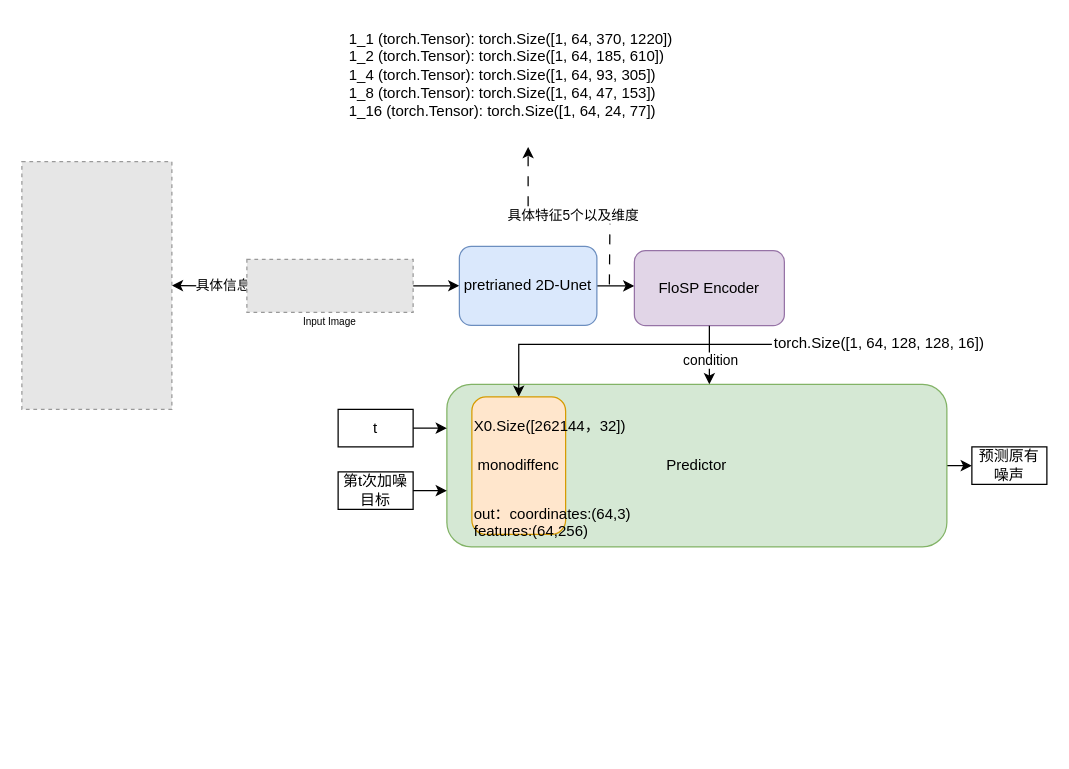
Above: monodiffusion.drawio in susu-attempt/mychart (draw.io), before the change. Source tidied: cells renumbered, new cells numbered last; positions are measured from the earlier drawing's top-left corner, leaving out a move shared by most shapes. Both pictures are drawn from the tidied source at 125%, with x=0, y=0 at pixel (21, 21). Pictures stored in the file or linked from it are replaced by grey dashed boxes.
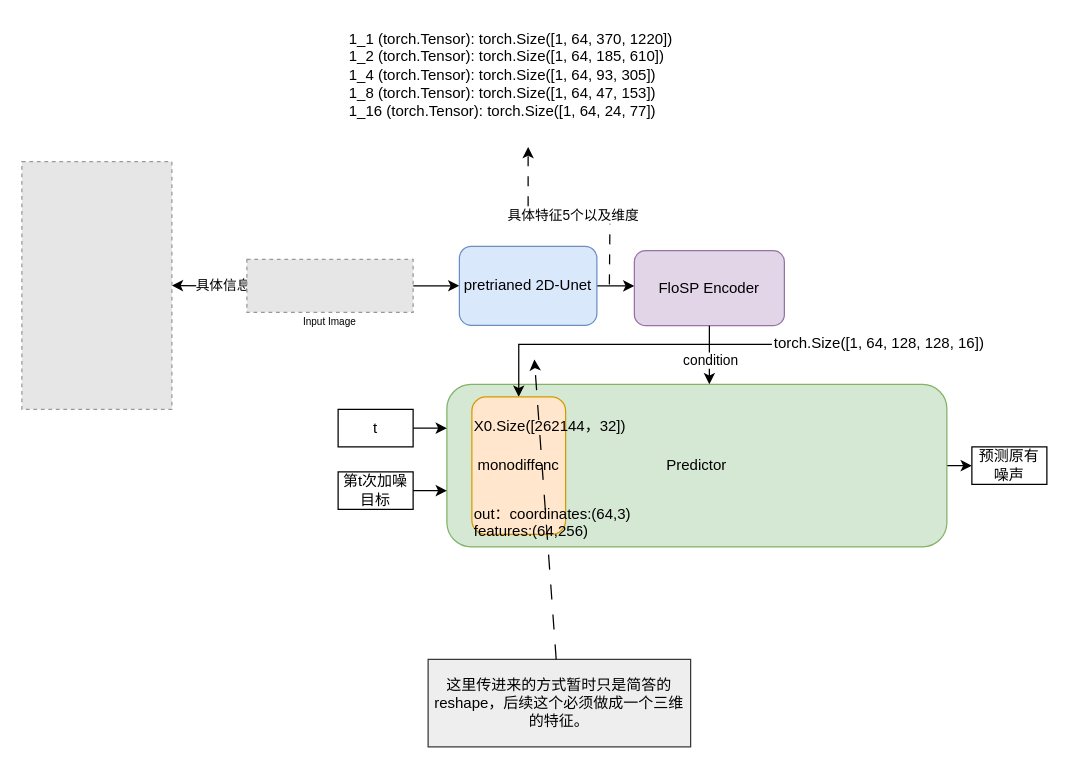
The same page after the edit.

Change to the diagram source:
```diff
@@
+    <mxCell id="28" value="这里传进来的方式暂时只是简答的reshape，后续这个必须做成一个三维的特征。" style="text;html=1;align=center;verticalAlign=middle;whiteSpace=wrap;rounded=0;fillColor=#eeeeee;strokeColor=#36393d;" parent="1" vertex="1">
+      <mxGeometry x="325" y="510" width="210" height="70" as="geometry" />
+    </mxCell>
+    <mxCell id="29" style="endArrow=classic;html=1;rounded=0;dashed=1;dashPattern=12 12;" parent="1" edge="1" source="28">
+      <mxGeometry relative="1" as="geometry">
+        <mxPoint x="410" y="270" as="targetPoint" />
+      </mxGeometry>
+    </mxCell>
```
